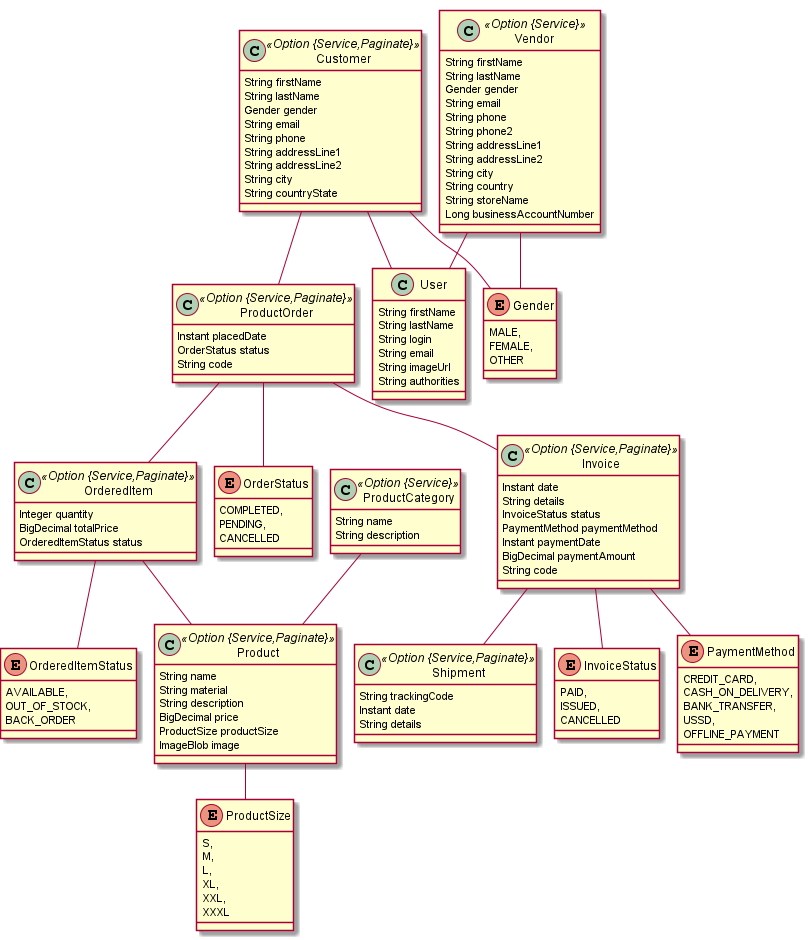
The PlantUML diagram online-store.png in ZraelTz/online-store, before a commit.
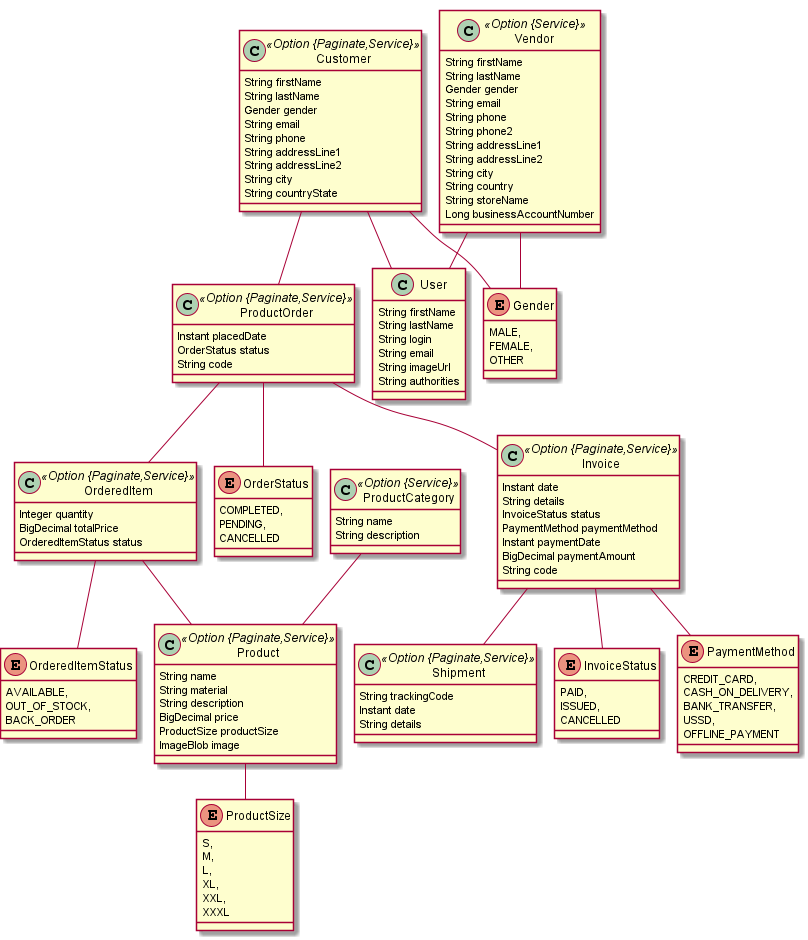
Above is the later version.

Diff of the diagram source:
```diff
@@ -1,7 +1,7 @@
 @startuml
 	!pragma graphviz_dot jdot
 	!pragma syntax class
-	class Customer <<Option {Service,Paginate}>> {
+	class Customer <<Option {Paginate,Service}>> {
 		String firstName
 		String lastName
 		Gender gender
@@ -13,7 +13,7 @@
 		String countryState
 	}
 	Customer ..> Gender
-	class Invoice <<Option {Service,Paginate}>> {
+	class Invoice <<Option {Paginate,Service}>> {
 		Instant date
 		String details
 		InvoiceStatus status
@@ -24,13 +24,13 @@
 	}
 	Invoice ..> InvoiceStatus
 	Invoice ..> PaymentMethod
-	class OrderedItem <<Option {Service,Paginate}>> {
+	class OrderedItem <<Option {Paginate,Service}>> {
 		Integer quantity
 		BigDecimal totalPrice
 		OrderedItemStatus status
 	}
 	OrderedItem ..> OrderedItemStatus
-	class Product <<Option {Service,Paginate}>> {
+	class Product <<Option {Paginate,Service}>> {
 		String name
 		String material
 		String description
@@ -43,13 +43,13 @@
 		String name
 		String description
 	}
-	class ProductOrder <<Option {Service,Paginate}>> {
+	class ProductOrder <<Option {Paginate,Service}>> {
 		Instant placedDate
 		OrderStatus status
 		String code
 	}
 	ProductOrder ..> OrderStatus
-	class Shipment <<Option {Service,Paginate}>> {
+	class Shipment <<Option {Paginate,Service}>> {
 		String trackingCode
 		Instant date
 		String details
@@ -108,10 +108,10 @@
 	Vendor  "user(login) 0..1 " -- "0..1 "  User
 	ProductOrder  "invoice 0..1 " --o "order(code)  1..* "  Invoice
 	ProductOrder  "orderedItem 0..1 " --o "order(code)  1..* "  OrderedItem
-	ProductCategory  "product 0..1 " --o "productCategory(name) 0..* "  Product
+	ProductCategory  "product 0..1 " --o "productCategory(name)  1..* "  Product
 	Customer  "order 0..1 " --o "customer(email)  1..* "  ProductOrder
 	Invoice  "shipment 0..1 " --o "invoice(code)  1..* "  Shipment
-	OrderedItem  "product(name) 0..* " o-- "0..1 "  Product
+	OrderedItem  "product(name)  1..* " o-- "0..1 "  Product
 	class User  {
 		String firstName
 		String lastName
```
